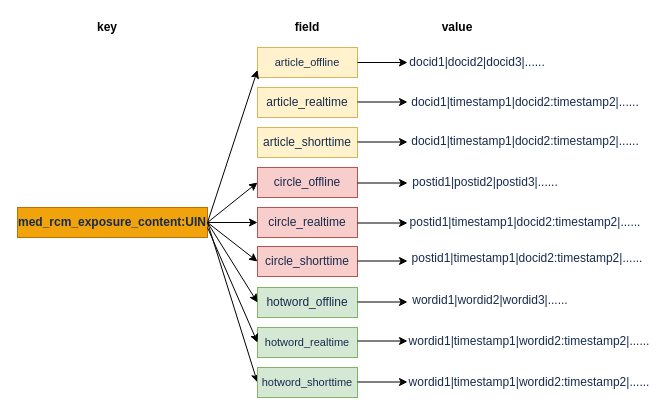
This is exposure_redis_hash.drawio from checkking/diagrams, a draw.io file, before an edit. Source tidied: cells renumbered, new cells numbered last; positions are measured from the earlier drawing's top-left corner, leaving out a move shared by most shapes. Both pictures are drawn from the tidied source at 100%, with x=0, y=0 at pixel (17, 17).
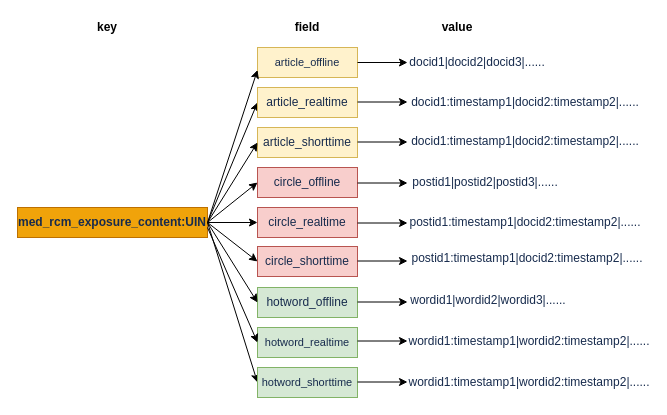
Above is the later version.

The change refers to these unchanged cells:
```xml
<mxCell id="3" value="&lt;strong style=&quot;margin: 0px ; color: rgb(23 , 43 , 77) ; text-align: left&quot;&gt;&lt;span style=&quot;margin: 0px&quot;&gt;&lt;font style=&quot;font-size: 12px&quot;&gt;med_rcm_exposure_content:UIN&lt;/font&gt;&lt;/span&gt;&lt;/strong&gt;" style="rounded=0;whiteSpace=wrap;html=1;fillColor=#f0a30a;strokeColor=#BD7000;fontColor=#ffffff;" parent="1" vertex="1">
  <mxGeometry y="190" width="190" height="30" as="geometry" />
</mxCell>
<mxCell id="5" value="&lt;span style=&quot;margin: 0px ; color: rgb(23 , 43 , 77) ; text-align: left&quot;&gt;&lt;font style=&quot;font-size: 12px&quot;&gt;article_realtime&lt;/font&gt;&lt;/span&gt;" style="rounded=0;whiteSpace=wrap;html=1;fillColor=#fff2cc;strokeColor=#d6b656;" parent="1" vertex="1">
  <mxGeometry x="240" y="70" width="100" height="30" as="geometry" />
</mxCell>
<mxCell id="31" value="&lt;span style=&quot;margin: 0px ; color: rgb(23 , 43 , 77) ; text-align: left&quot;&gt;&lt;font style=&quot;font-size: 12px&quot;&gt;article_shorttime&lt;/font&gt;&lt;/span&gt;" style="rounded=0;whiteSpace=wrap;html=1;fillColor=#fff2cc;strokeColor=#d6b656;" parent="1" vertex="1">
  <mxGeometry x="240" y="110" width="100" height="30" as="geometry" />
</mxCell>
```

The edit, as a diff of the source:
```diff
@@
+    <mxCell id="40" style="rounded=0;jettySize=auto;html=1;exitX=1;exitY=0.5;exitDx=0;exitDy=0;entryX=0;entryY=0.5;entryDx=0;entryDy=0;" parent="1" edge="1" source="3" target="5">
+      <mxGeometry relative="1" as="geometry" />
+    </mxCell>
@@
-    <mxCell id="16" value="&lt;span style=&quot;color: rgb(23 , 43 , 77) ; text-align: left ; background-color: rgb(255 , 255 , 255)&quot;&gt;docid1|timestamp1|docid2:timestamp2|......&lt;/span&gt;" style="text;html=1;align=center;verticalAlign=middle;whiteSpace=wrap;rounded=0;" parent="1" vertex="1">
+    <mxCell id="16" value="&lt;span style=&quot;color: rgb(23 , 43 , 77) ; text-align: left ; background-color: rgb(255 , 255 , 255)&quot;&gt;docid1:timestamp1|docid2:timestamp2|......&lt;/span&gt;" style="text;html=1;align=center;verticalAlign=middle;whiteSpace=wrap;rounded=0;" parent="1" vertex="1">
       <mxGeometry x="488" y="75" width="40" height="20" as="geometry" />
     </mxCell>
@@
-    <mxCell id="18" value="&lt;span style=&quot;color: rgb(23 , 43 , 77) ; text-align: left ; background-color: rgb(255 , 255 , 255)&quot;&gt;postid1|timestamp1|docid2:timestamp2|......&lt;/span&gt;" style="text;html=1;strokeColor=none;fillColor=none;align=center;verticalAlign=middle;whiteSpace=wrap;rounded=0;" parent="1" vertex="1">
+    <mxCell id="18" value="&lt;span style=&quot;color: rgb(23 , 43 , 77) ; text-align: left ; background-color: rgb(255 , 255 , 255)&quot;&gt;postid1:timestamp1|docid2:timestamp2|......&lt;/span&gt;" style="text;html=1;strokeColor=none;fillColor=none;align=center;verticalAlign=middle;whiteSpace=wrap;rounded=0;" parent="1" vertex="1">
       <mxGeometry x="488" y="195" width="40" height="20" as="geometry" />
     </mxCell>
     <mxCell id="19" value="&lt;span style=&quot;color: rgb(23 , 43 , 77) ; text-align: left ; background-color: rgb(255 , 255 , 255)&quot;&gt;wordid1|wordid2|wordid3|......&lt;/span&gt;" style="text;html=1;strokeColor=none;fillColor=none;align=center;verticalAlign=middle;whiteSpace=wrap;rounded=0;" parent="1" vertex="1">
-      <mxGeometry x="453" y="273" width="40" height="20" as="geometry" />
+      <mxGeometry x="451" y="273" width="40" height="20" as="geometry" />
     </mxCell>
-    <mxCell id="20" value="&lt;span style=&quot;color: rgb(23 , 43 , 77) ; text-align: left ; background-color: rgb(255 , 255 , 255)&quot;&gt;wordid1|timestamp1|wordid2:timestamp2|......&lt;/span&gt;" style="text;html=1;strokeColor=none;fillColor=none;align=center;verticalAlign=middle;whiteSpace=wrap;rounded=0;" parent="1" vertex="1">
+    <mxCell id="20" value="&lt;span style=&quot;color: rgb(23 , 43 , 77) ; text-align: left ; background-color: rgb(255 , 255 , 255)&quot;&gt;wordid1:timestamp1|wordid2:timestamp2|......&lt;/span&gt;" style="text;html=1;strokeColor=none;fillColor=none;align=center;verticalAlign=middle;whiteSpace=wrap;rounded=0;" parent="1" vertex="1">
       <mxGeometry x="492" y="314" width="40" height="20" as="geometry" />
     </mxCell>
@@
-    <mxCell id="32" value="&lt;span style=&quot;color: rgb(23 , 43 , 77) ; text-align: left ; background-color: rgb(255 , 255 , 255)&quot;&gt;docid1|timestamp1|docid2:timestamp2|......&lt;/span&gt;" style="text;html=1;align=center;verticalAlign=middle;whiteSpace=wrap;rounded=0;" parent="1" vertex="1">
+    <mxCell id="32" value="&lt;span style=&quot;color: rgb(23 , 43 , 77) ; text-align: left ; background-color: rgb(255 , 255 , 255)&quot;&gt;docid1:timestamp1|docid2:timestamp2|......&lt;/span&gt;" style="text;html=1;align=center;verticalAlign=middle;whiteSpace=wrap;rounded=0;" parent="1" vertex="1">
       <mxGeometry x="488" y="114" width="40" height="20" as="geometry" />
     </mxCell>
@@
-    <mxCell id="35" value="&lt;span style=&quot;color: rgb(23 , 43 , 77) ; text-align: left ; background-color: rgb(255 , 255 , 255)&quot;&gt;postid1|timestamp1|docid2:timestamp2|......&lt;/span&gt;" style="text;html=1;strokeColor=none;fillColor=none;align=center;verticalAlign=middle;whiteSpace=wrap;rounded=0;" parent="1" vertex="1">
+    <mxCell id="35" value="&lt;span style=&quot;color: rgb(23 , 43 , 77) ; text-align: left ; background-color: rgb(255 , 255 , 255)&quot;&gt;postid1:timestamp1|docid2:timestamp2|......&lt;/span&gt;" style="text;html=1;strokeColor=none;fillColor=none;align=center;verticalAlign=middle;whiteSpace=wrap;rounded=0;" parent="1" vertex="1">
       <mxGeometry x="490" y="231" width="40" height="20" as="geometry" />
     </mxCell>
@@
-    <mxCell id="38" value="&lt;span style=&quot;color: rgb(23 , 43 , 77) ; text-align: left ; background-color: rgb(255 , 255 , 255)&quot;&gt;wordid1|timestamp1|wordid2:timestamp2|......&lt;/span&gt;" style="text;html=1;strokeColor=none;fillColor=none;align=center;verticalAlign=middle;whiteSpace=wrap;rounded=0;" parent="1" vertex="1">
+    <mxCell id="38" value="&lt;span style=&quot;color: rgb(23 , 43 , 77) ; text-align: left ; background-color: rgb(255 , 255 , 255)&quot;&gt;wordid1:timestamp1|wordid2:timestamp2|......&lt;/span&gt;" style="text;html=1;strokeColor=none;fillColor=none;align=center;verticalAlign=middle;whiteSpace=wrap;rounded=0;" parent="1" vertex="1">
       <mxGeometry x="492" y="355" width="40" height="20" as="geometry" />
     </mxCell>
@@
+    <mxCell id="41" style="rounded=0;jettySize=auto;html=1;exitX=1;exitY=0.5;exitDx=0;exitDy=0;entryX=0;entryY=0.5;entryDx=0;entryDy=0;" parent="1" edge="1" source="3" target="31">
+      <mxGeometry relative="1" as="geometry" />
+    </mxCell>
```
